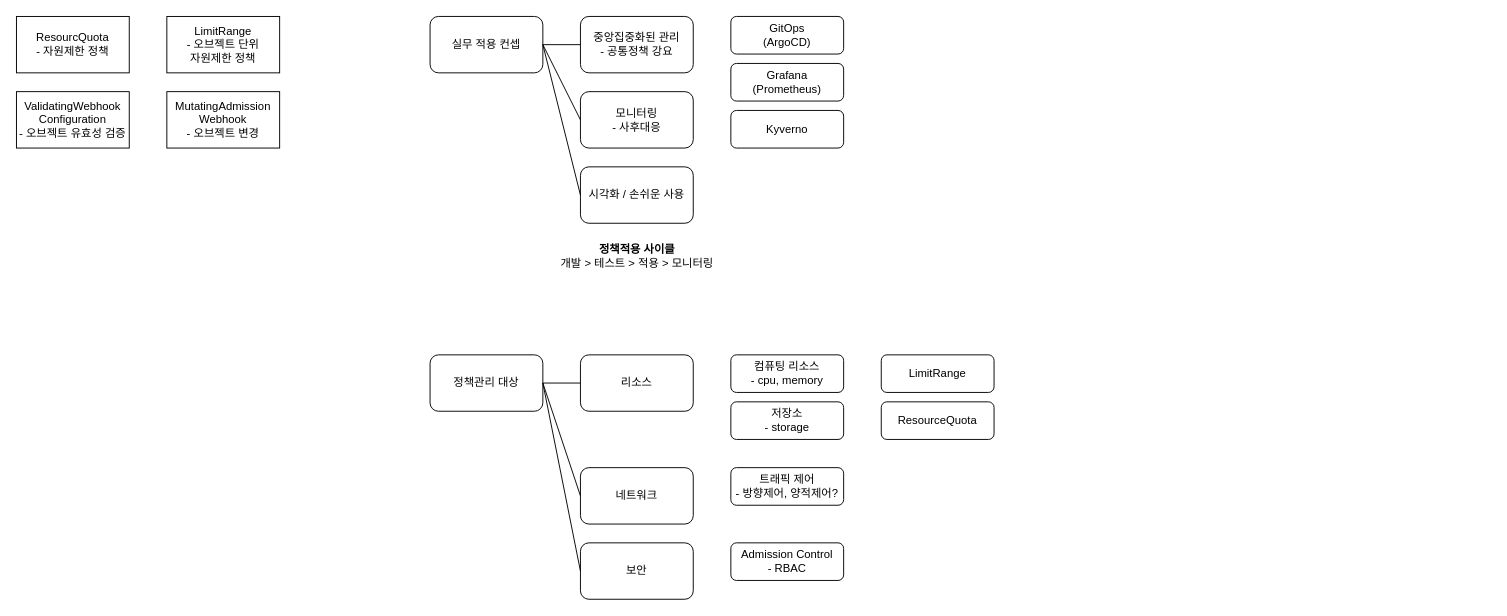
This is page "policy" (1 of 4) of k8s.drawio from hakchangs/k8s-study, a draw.io file, before an edit. Source tidied: cells renumbered, new cells numbered last; positions are measured from the earlier drawing's top-left corner, leaving out a move shared by most shapes. Both pictures are drawn from the tidied source at 94%, with x=0, y=0 at pixel (16, 16).
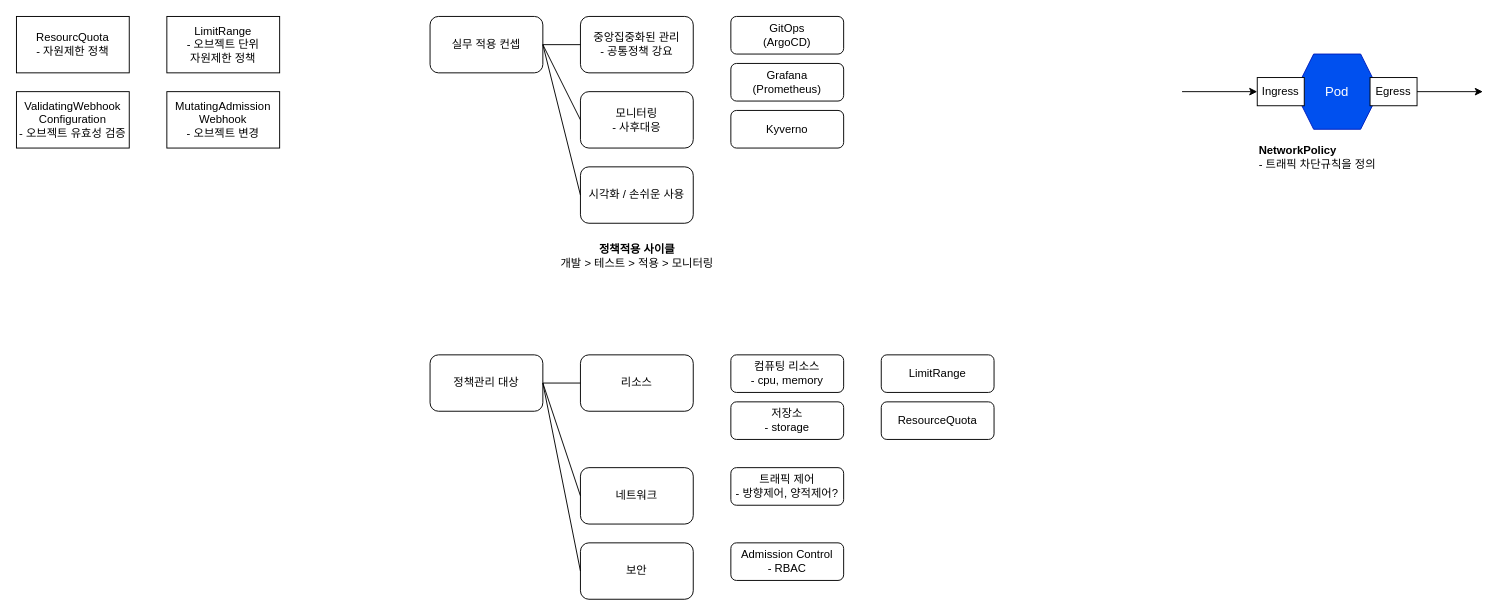
After the change.

Change to the diagram source:
```diff
@@
+    <mxCell id="30" value="Pod" style="shape=hexagon;perimeter=hexagonPerimeter2;whiteSpace=wrap;html=1;fixedSize=1;fillColor=#0050ef;strokeColor=#001DBC;fontColor=#ffffff;fontSize=14;" parent="1" vertex="1">
+      <mxGeometry x="1360" y="40" width="90" height="80" as="geometry" />
+    </mxCell>
+    <mxCell id="31" value="Ingress" style="rounded=0;whiteSpace=wrap;html=1;" parent="1" vertex="1">
+      <mxGeometry x="1320" y="65" width="50" height="30" as="geometry" />
+    </mxCell>
+    <mxCell id="32" value="Egress" style="rounded=0;whiteSpace=wrap;html=1;" parent="1" vertex="1">
+      <mxGeometry x="1440" y="65" width="50" height="30" as="geometry" />
+    </mxCell>
+    <mxCell id="33" style="endArrow=classic;html=1;rounded=0;entryX=0;entryY=0.5;entryDx=0;entryDy=0;" parent="1" edge="1" target="31">
+      <mxGeometry relative="1" as="geometry">
+        <mxPoint x="1240" y="80" as="sourcePoint" />
+      </mxGeometry>
+    </mxCell>
+    <mxCell id="34" style="endArrow=classic;html=1;rounded=0;" parent="1" edge="1" source="32">
+      <mxGeometry relative="1" as="geometry">
+        <mxPoint x="1560" y="80" as="targetPoint" />
+      </mxGeometry>
+    </mxCell>
+    <mxCell id="35" value="&lt;div align=&quot;left&quot;&gt;&lt;b&gt;NetworkPolicy&lt;/b&gt;&lt;/div&gt;&lt;div align=&quot;left&quot;&gt;- 트래픽 차단규칙을 정의&lt;/div&gt;" style="text;html=1;align=left;verticalAlign=middle;strokeColor=none;fillColor=none;" parent="1" vertex="1">
+      <mxGeometry x="1320" y="130" width="150" height="40" as="geometry" />
+    </mxCell>
```
